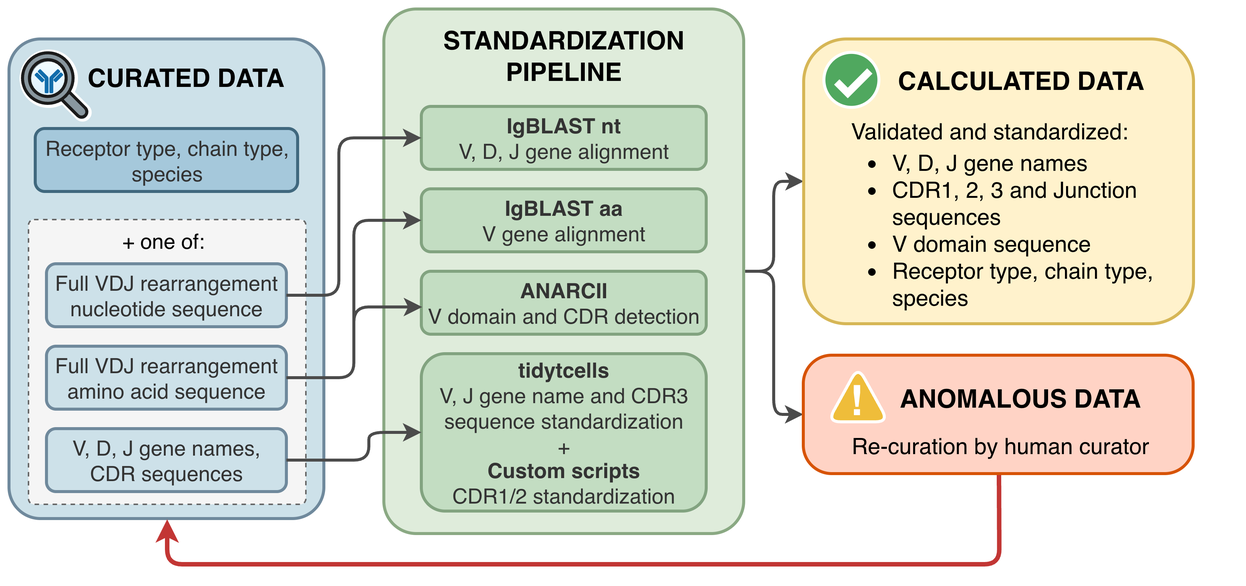
LonnekeScheffer/IEDB_Receptor_Pipeline keeps this draw.io diagram as pipeline_overview.png. Above is the earlier version. Source tidied: cells renumbered, new cells last; positions are measured from the earlier drawing's top-left corner, leaving out a move shared by most shapes.
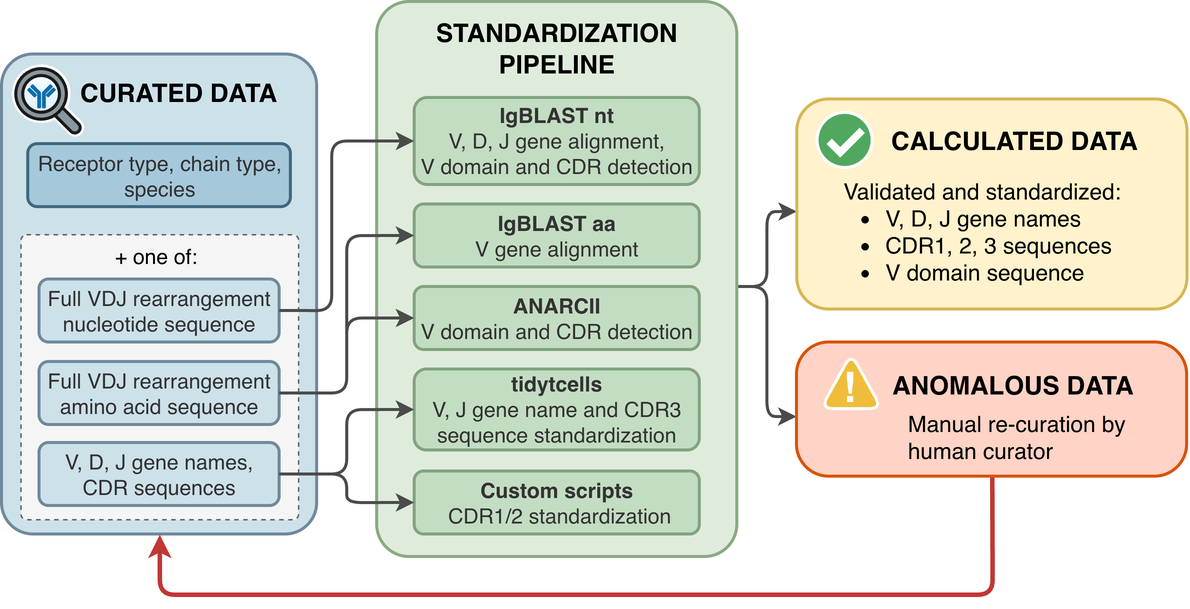
After the commit.

What changed in the source:
```diff
@@ -5,37 +5,50 @@
     <mxCell id="2" style="rounded=1;whiteSpace=wrap;html=1;fillColor=light-dark(#CDE1E9,#EDEDED);fontColor=#333333;strokeColor=light-dark(#6F899C,#EDEDED);arcSize=10;strokeWidth=2;" parent="1" vertex="1">
       <mxGeometry y="20" width="210" height="320" as="geometry" />
     </mxCell>
-    <mxCell id="3" style="edgeStyle=orthogonalEdgeStyle;rounded=1;jettySize=auto;html=1;exitX=1;exitY=0.5;exitDx=0;exitDy=0;entryX=0;entryY=0.5;entryDx=0;entryDy=0;strokeWidth=2;curved=0;strokeColor=#4B4B4B;" parent="1" edge="1" source="6" target="38">
-      <mxGeometry relative="1" as="geometry" />
+    <mxCell id="3" style="edgeStyle=orthogonalEdgeStyle;rounded=1;orthogonalLoop=1;jettySize=auto;html=1;exitX=1;exitY=0.5;exitDx=0;exitDy=0;entryX=0;entryY=0.5;entryDx=0;entryDy=0;strokeWidth=2;curved=0;strokeColor=#4B4B4B;" parent="1" edge="1">
+      <mxGeometry relative="1" as="geometry">
+        <mxPoint x="490" y="175" as="sourcePoint" />
+        <mxPoint x="529.8" y="261.7" as="targetPoint" />
+        <Array as="points">
+          <mxPoint x="510" y="175" />
+          <mxPoint x="510" y="262" />
+        </Array>
+      </mxGeometry>
     </mxCell>
-    <mxCell id="4" style="edgeStyle=orthogonalEdgeStyle;rounded=1;jettySize=auto;html=1;exitX=1;exitY=0.5;exitDx=0;exitDy=0;strokeWidth=2;curved=0;strokeColor=#4B4B4B;entryX=0;entryY=0.5;entryDx=0;entryDy=0;" parent="1" edge="1" source="6" target="39">
-      <mxGeometry relative="1" as="geometry" />
+    <mxCell id="4" style="edgeStyle=orthogonalEdgeStyle;rounded=1;orthogonalLoop=1;jettySize=auto;html=1;exitX=1;exitY=0.5;exitDx=0;exitDy=0;strokeWidth=2;curved=0;strokeColor=#4B4B4B;" parent="1" edge="1">
+      <mxGeometry relative="1" as="geometry">
+        <mxPoint x="490" y="175" as="sourcePoint" />
+        <mxPoint x="530" y="125" as="targetPoint" />
+        <Array as="points">
+          <mxPoint x="510" y="175" />
+          <mxPoint x="510" y="125" />
+        </Array>
+      </mxGeometry>
     </mxCell>
     <mxCell id="5" style="endArrow=classic;html=1;rounded=1;strokeColor=#C23634;strokeWidth=3;curved=0;entryX=0.5;entryY=1;entryDx=0;entryDy=0;exitX=0.5;exitY=1;exitDx=0;exitDy=0;" parent="1" edge="1" source="38" target="2">
       <mxGeometry relative="1" as="geometry">
         <Array as="points">
-          <mxPoint x="660" y="370" />
-          <mxPoint x="380" y="370" />
-          <mxPoint x="105" y="370" />
+          <mxPoint x="660" y="380" />
+          <mxPoint x="105" y="380" />
         </Array>
       </mxGeometry>
     </mxCell>
     <mxCell id="6" style="rounded=1;whiteSpace=wrap;html=1;fillColor=light-dark(#dfecdb, #1a1a1a);fontColor=#333333;strokeColor=light-dark(#8aa983, #959595);strokeWidth=2;arcSize=9;" parent="1" vertex="1">
-      <mxGeometry x="250" width="240" height="350" as="geometry" />
+      <mxGeometry x="250" y="-15" width="240" height="370" as="geometry" />
     </mxCell>
     <mxCell id="7" value="STANDARDIZATION PIPELINE" style="text;html=1;align=center;verticalAlign=middle;whiteSpace=wrap;rounded=0;fontSize=17;fontStyle=1;" parent="1" vertex="1">
-      <mxGeometry x="250" y="16" width="240" height="30" as="geometry" />
+      <mxGeometry x="250" y="1" width="240" height="30" as="geometry" />
     </mxCell>
-    <mxCell id="8" value="&lt;b&gt;IgBLAST nt&lt;/b&gt;&lt;div&gt;V, D, J gene alignment&lt;/div&gt;" style="rounded=1;whiteSpace=wrap;html=1;fillColor=light-dark(#c3ddc2, #1a1a1a);fontColor=#333333;strokeColor=light-dark(#82a380, #959595);fontSize=14;strokeWidth=2;" parent="1" vertex="1">
-      <mxGeometry x="275" y="65" width="190" height="42" as="geometry" />
+    <mxCell id="8" value="&lt;b&gt;IgBLAST nt&lt;/b&gt;&lt;div&gt;V, D, J gene alignment,&lt;/div&gt;&lt;div&gt;V domain and CDR detection&lt;/div&gt;" style="rounded=1;whiteSpace=wrap;html=1;fillColor=light-dark(#c3ddc2, #1a1a1a);fontColor=#333333;strokeColor=light-dark(#82a380, #959595);fontSize=14;strokeWidth=2;" parent="1" vertex="1">
+      <mxGeometry x="275" y="49" width="190" height="58" as="geometry" />
     </mxCell>
     <mxCell id="9" value="&lt;b&gt;IgBLAST aa&lt;br&gt;&lt;/b&gt;&lt;div&gt;V gene alignment&lt;/div&gt;" style="rounded=1;whiteSpace=wrap;html=1;fillColor=light-dark(#c3ddc2, #1a1a1a);fontColor=#333333;strokeColor=light-dark(#82a380, #959595);fontSize=14;strokeWidth=2;" parent="1" vertex="1">
       <mxGeometry x="275" y="120" width="190" height="42" as="geometry" />
     </mxCell>
-    <mxCell id="10" value="&lt;b&gt;tidytcells&lt;/b&gt;&lt;div&gt;V, J gene name and CDR3 sequence standardization&lt;/div&gt;&lt;div&gt;+&lt;/div&gt;&lt;div&gt;&lt;b&gt;Custom scripts&lt;/b&gt;&lt;div&gt;CDR1/2 standardization&lt;/div&gt;&lt;/div&gt;" style="rounded=1;whiteSpace=wrap;html=1;fillColor=light-dark(#c3ddc2, #1a1a1a);fontColor=#333333;strokeColor=light-dark(#82a380, #959595);fontSize=14;strokeWidth=2;" parent="1" vertex="1">
-      <mxGeometry x="275" y="230" width="190" height="105" as="geometry" />
+    <mxCell id="10" value="&lt;b&gt;tidytcells&lt;/b&gt;&lt;div&gt;V, J gene name and CDR3 sequence standardization&lt;/div&gt;" style="rounded=1;whiteSpace=wrap;html=1;fillColor=light-dark(#c3ddc2, #1a1a1a);fontColor=#333333;strokeColor=light-dark(#82a380, #959595);fontSize=14;strokeWidth=2;" parent="1" vertex="1">
+      <mxGeometry x="275" y="230" width="190" height="54" as="geometry" />
     </mxCell>
-    <mxCell id="11" value="&lt;b&gt;ANARCII&lt;/b&gt;&lt;div&gt;V domain and CDR detection&lt;/div&gt;" style="rounded=1;whiteSpace=wrap;html=1;fillColor=light-dark(#c3ddc2, #1a1a1a);fontColor=#333333;strokeColor=light-dark(#82a380, #959595);fontSize=14;strokeWidth=2;" parent="1" vertex="1">
+    <mxCell id="11" value="&lt;b&gt;ANARCII&lt;/b&gt;&lt;div&gt;V domain and CDR&amp;nbsp;&lt;span style=&quot;background-color: transparent; color: light-dark(rgb(51, 51, 51), rgb(193, 193, 193));&quot;&gt;detection&lt;/span&gt;&lt;/div&gt;" style="rounded=1;whiteSpace=wrap;html=1;fillColor=light-dark(#c3ddc2, #1a1a1a);fontColor=#333333;strokeColor=light-dark(#82a380, #959595);fontSize=14;strokeWidth=2;" parent="1" vertex="1">
       <mxGeometry x="275" y="175" width="190" height="42" as="geometry" />
     </mxCell>
     <mxCell id="12" value="CURATED DATA" style="text;html=1;align=center;verticalAlign=middle;whiteSpace=wrap;rounded=0;fontSize=17;fontStyle=1;" parent="1" vertex="1">
@@ -51,7 +64,7 @@
       <mxGeometry x="25" y="225" width="160" height="42" as="geometry" />
     </mxCell>
     <mxCell id="16" value="V, D, J gene names, CDR sequences" style="rounded=1;whiteSpace=wrap;html=1;fillColor=light-dark(#CDE1E9,#EDEDED);fontColor=#333333;strokeColor=light-dark(#6F899C,#EDEDED);fontSize=14;strokeWidth=2;" parent="1" vertex="1">
-      <mxGeometry x="25" y="280" width="160" height="42" as="geometry" />
+      <mxGeometry x="25" y="279" width="160" height="42" as="geometry" />
     </mxCell>
     <mxCell id="17" value="Receptor type, chain type, species" style="rounded=1;whiteSpace=wrap;html=1;fillColor=light-dark(#A5C8DB,#EDEDED);fontColor=#333333;strokeColor=light-dark(#40687E,#EDEDED);fontSize=14;strokeWidth=2;" parent="1" vertex="1">
       <mxGeometry x="17.5" y="79.8" width="175" height="42" as="geometry" />
@@ -63,19 +76,19 @@
       <mxGeometry relative="1" as="geometry">
         <Array as="points">
           <mxPoint x="220" y="191" />
-          <mxPoint x="220" y="86" />
+          <mxPoint x="220" y="78" />
         </Array>
       </mxGeometry>
     </mxCell>
-    <mxCell id="20" style="edgeStyle=orthogonalEdgeStyle;rounded=1;jettySize=auto;html=1;entryX=0.003;entryY=0.567;entryDx=0;entryDy=0;exitX=1;exitY=0.5;exitDx=0;exitDy=0;strokeWidth=2;curved=0;strokeColor=#4B4B4B;entryPerimeter=0;" parent="1" edge="1" source="15" target="11">
+    <mxCell id="20" style="edgeStyle=orthogonalEdgeStyle;rounded=1;jettySize=auto;html=1;entryX=0;entryY=0.5;entryDx=0;entryDy=0;exitX=1;exitY=0.5;exitDx=0;exitDy=0;strokeWidth=2;curved=0;strokeColor=#4B4B4B;" parent="1" edge="1" source="15" target="11">
       <mxGeometry relative="1" as="geometry">
         <Array as="points">
           <mxPoint x="230" y="246" />
-          <mxPoint x="230" y="199" />
+          <mxPoint x="230" y="196" />
         </Array>
       </mxGeometry>
     </mxCell>
-    <mxCell id="21" style="edgeStyle=orthogonalEdgeStyle;rounded=1;jettySize=auto;html=1;entryX=0;entryY=0.5;entryDx=0;entryDy=0;exitX=1;exitY=0.5;exitDx=0;exitDy=0;strokeWidth=2;curved=0;strokeColor=#4B4B4B;" parent="1" edge="1" source="15" target="9">
+    <mxCell id="21" style="edgeStyle=orthogonalEdgeStyle;rounded=1;jettySize=auto;html=1;exitX=1;exitY=0.5;exitDx=0;exitDy=0;strokeWidth=2;curved=0;strokeColor=#4B4B4B;entryX=0;entryY=0.5;entryDx=0;entryDy=0;" parent="1" edge="1" source="15" target="9">
       <mxGeometry relative="1" as="geometry">
         <Array as="points">
           <mxPoint x="230" y="246" />
@@ -86,8 +99,8 @@
     <mxCell id="22" style="edgeStyle=orthogonalEdgeStyle;rounded=1;jettySize=auto;html=1;entryX=0;entryY=0.5;entryDx=0;entryDy=0;strokeWidth=2;curved=0;strokeColor=#4B4B4B;exitX=1;exitY=0.5;exitDx=0;exitDy=0;" parent="1" edge="1" source="16" target="10">
       <mxGeometry relative="1" as="geometry">
         <Array as="points">
-          <mxPoint x="240" y="301" />
-          <mxPoint x="240" y="283" />
+          <mxPoint x="230" y="300" />
+          <mxPoint x="230" y="257" />
         </Array>
       </mxGeometry>
     </mxCell>
@@ -134,16 +147,16 @@
       <mxGeometry width="45.4" height="45.4" as="geometry" />
     </mxCell>
     <mxCell id="37" style="group;" parent="1" vertex="1">
-      <mxGeometry x="529.8" y="60" width="290" height="251.4" as="geometry" />
+      <mxGeometry x="529.8" y="50" width="260.2" height="251.4" as="geometry" />
     </mxCell>
     <mxCell id="38" style="rounded=1;whiteSpace=wrap;html=1;fillColor=#FFD3C5;strokeColor=#D75307;strokeWidth=2;arcSize=24;" parent="37" vertex="1">
-      <mxGeometry y="171" width="260" height="79" as="geometry" />
+      <mxGeometry y="162" width="260" height="89.4" as="geometry" />
     </mxCell>
     <mxCell id="39" style="rounded=1;whiteSpace=wrap;html=1;fillColor=#fff2cc;strokeColor=#d6b656;strokeWidth=2;" parent="37" vertex="1">
-      <mxGeometry x="0.2" y="-40" width="260" height="190" as="geometry" />
+      <mxGeometry x="0.2" width="260" height="140" as="geometry" />
     </mxCell>
     <mxCell id="40" style="group;strokeWidth=4;" parent="37" vertex="1">
-      <mxGeometry x="13.8" y="-31.1" width="36.7" height="36.7" as="geometry" />
+      <mxGeometry x="13.8" y="8.9" width="36.7" height="36.7" as="geometry" />
     </mxCell>
     <mxCell id="41" style="ellipse;whiteSpace=wrap;html=1;strokeColor=light-dark(#ffffff, #ededed);fillColor=light-dark(#50a85f, #ededed);strokeWidth=2;" parent="40" vertex="1">
       <mxGeometry width="36.7" height="36.7" as="geometry" />
@@ -158,22 +171,22 @@
       </mxGeometry>
     </mxCell>
     <mxCell id="43" value="&lt;b&gt;CALCULATED DATA&lt;/b&gt;" style="text;html=1;align=center;verticalAlign=middle;whiteSpace=wrap;rounded=0;fontSize=17;" parent="37" vertex="1">
-      <mxGeometry x="30" y="-27.1" width="230" height="29.8" as="geometry" />
+      <mxGeometry x="30" y="12.9" width="230" height="29.8" as="geometry" />
     </mxCell>
     <mxCell id="44" value="ANOMALOUS DATA" style="text;html=1;align=center;verticalAlign=middle;whiteSpace=wrap;rounded=0;fontSize=17;fontStyle=1;" parent="37" vertex="1">
-      <mxGeometry x="59.2" y="184.9" width="170.5" height="29.8" as="geometry" />
+      <mxGeometry x="59.2" y="175.9" width="170.5" height="29.8" as="geometry" />
     </mxCell>
-    <mxCell id="45" value="&lt;div&gt;Re-curation by&amp;nbsp;&lt;span style=&quot;background-color: transparent; color: light-dark(rgb(0, 0, 0), rgb(255, 255, 255));&quot;&gt;human curator&lt;/span&gt;&lt;/div&gt;" style="text;html=1;align=left;verticalAlign=middle;whiteSpace=wrap;rounded=0;fontSize=15;" parent="37" vertex="1">
-      <mxGeometry x="30" y="218.6" width="220" height="23.8" as="geometry" />
+    <mxCell id="45" value="&lt;div&gt;Manual re-curation by&amp;nbsp;&lt;/div&gt;&lt;div&gt;human curator&lt;/div&gt;" style="text;html=1;align=left;verticalAlign=middle;whiteSpace=wrap;rounded=0;fontSize=15;" parent="37" vertex="1">
+      <mxGeometry x="71.8" y="214.9" width="159.2" height="19.9" as="geometry" />
     </mxCell>
-    <mxCell id="46" value="&lt;ul&gt;&lt;li style=&quot;&quot;&gt;&lt;span style=&quot;background-color: transparent; color: light-dark(rgb(0, 0, 0), rgb(255, 255, 255));&quot;&gt;V, D, J gene names&lt;/span&gt;&lt;/li&gt;&lt;li&gt;CDR1, 2, 3 and Junction sequences&lt;/li&gt;&lt;li&gt;&lt;span style=&quot;background-color: transparent; color: light-dark(rgb(0, 0, 0), rgb(255, 255, 255));&quot;&gt;V domain sequence&lt;/span&gt;&lt;/li&gt;&lt;li&gt;Receptor type, chain type, species&lt;/li&gt;&lt;/ul&gt;" style="text;html=1;align=left;verticalAlign=middle;whiteSpace=wrap;rounded=0;fontSize=15;" parent="37" vertex="1">
-      <mxGeometry x="17.2" y="38.8" width="232" height="95.4" as="geometry" />
+    <mxCell id="46" value="&lt;ul&gt;&lt;li style=&quot;&quot;&gt;&lt;span style=&quot;background-color: transparent; color: light-dark(rgb(0, 0, 0), rgb(255, 255, 255));&quot;&gt;V, D, J gene names&lt;/span&gt;&lt;/li&gt;&lt;li&gt;CDR1, 2, 3 sequences&lt;/li&gt;&lt;li&gt;&lt;span style=&quot;background-color: transparent; color: light-dark(rgb(0, 0, 0), rgb(255, 255, 255));&quot;&gt;V domain sequence&lt;/span&gt;&lt;/li&gt;&lt;/ul&gt;" style="text;html=1;align=left;verticalAlign=middle;whiteSpace=wrap;rounded=0;fontSize=15;" parent="37" vertex="1">
+      <mxGeometry x="17.2" y="48.8" width="232" height="95.4" as="geometry" />
     </mxCell>
     <mxCell id="47" value="&lt;font&gt;Validated and standardized:&lt;/font&gt;" style="text;html=1;align=center;verticalAlign=middle;whiteSpace=wrap;rounded=0;fontSize=15;" parent="37" vertex="1">
-      <mxGeometry x="15.8" y="5.7" width="215.5" height="29.8" as="geometry" />
+      <mxGeometry x="15.8" y="45.7" width="215.5" height="29.8" as="geometry" />
     </mxCell>
     <mxCell id="48" style="group;" parent="37" vertex="1">
-      <mxGeometry x="15.2" y="175" width="43.4" height="41.5" as="geometry" />
+      <mxGeometry x="15.2" y="166" width="43.4" height="41.5" as="geometry" />
     </mxCell>
     <mxCell id="49" style="triangle;whiteSpace=wrap;html=1;rotation=-90;fillColor=#EFBD3A;strokeColor=light-dark(#FFFFFF,#6D5100);rounded=1;arcSize=17;strokeWidth=2;" parent="48" vertex="1">
       <mxGeometry x="2.9" y="1.8" width="36.6" height="40.6" as="geometry" />
@@ -181,5 +194,16 @@
     <mxCell id="50" value="&lt;font style=&quot;font-size: 28px;&quot;&gt;!&lt;/font&gt;" style="text;html=1;align=center;verticalAlign=middle;whiteSpace=wrap;rounded=0;fontColor=#FFFFFF;fontSize=34;fontStyle=1;" parent="48" vertex="1">
       <mxGeometry x="10.5" y="13.6" width="19.7" height="23.7" as="geometry" />
     </mxCell>
+    <mxCell id="51" value="&lt;b&gt;Custom scripts&lt;/b&gt;&lt;div&gt;&amp;nbsp;CDR1/2 standardization&lt;/div&gt;" style="rounded=1;whiteSpace=wrap;html=1;fillColor=light-dark(#c3ddc2, #1a1a1a);fontColor=#333333;strokeColor=light-dark(#82a380, #959595);fontSize=14;strokeWidth=2;" parent="1" vertex="1">
+      <mxGeometry x="275" y="298" width="190" height="42" as="geometry" />
+    </mxCell>
+    <mxCell id="52" style="edgeStyle=orthogonalEdgeStyle;rounded=1;jettySize=auto;html=1;entryX=0;entryY=0.5;entryDx=0;entryDy=0;strokeWidth=2;curved=0;strokeColor=#4B4B4B;exitX=1;exitY=0.5;exitDx=0;exitDy=0;" parent="1" edge="1" source="16" target="51">
+      <mxGeometry relative="1" as="geometry">
+        <Array as="points">
+          <mxPoint x="230" y="300" />
+          <mxPoint x="230" y="319" />
+        </Array>
+      </mxGeometry>
+    </mxCell>
   </root>
 </mxGraphModel>
```
